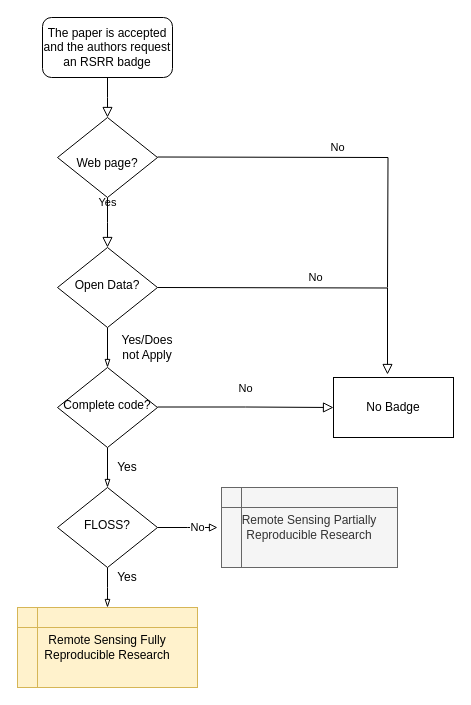
acfrery/Grading-Reproducibility-in-Remote-Sensing-Articles keeps this draw.io diagram as Figures/DrawIO/BadgeAwardingProcess.drawio. Above is the earlier version. Source tidied: cells renumbered, new cells numbered last; positions are measured from the earlier drawing's top-left corner, leaving out a move shared by most shapes. Both pictures are drawn from the tidied source at 100%, with x=0, y=0 at pixel (17, 17).
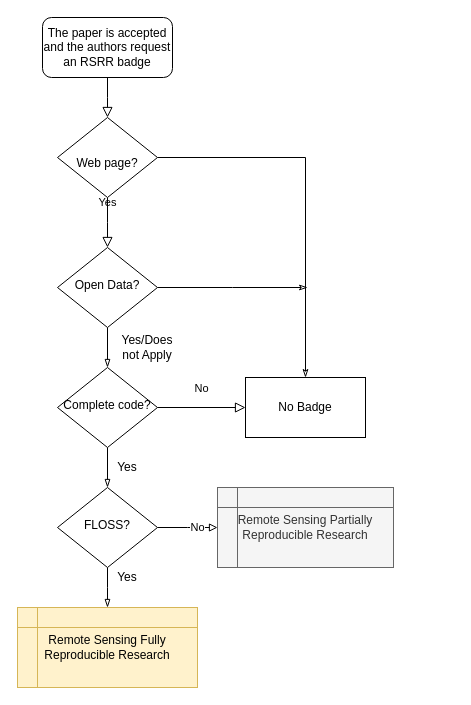
Above is the later version.

Unchanged cells that the change refers to:
```xml
<mxCell id="8" value="Open Data?" style="rhombus;whiteSpace=wrap;html=1;shadow=0;fontFamily=Helvetica;fontSize=12;align=center;strokeWidth=1;spacing=6;spacingTop=-4;" parent="1" vertex="1">
  <mxGeometry x="40" y="230" width="100" height="80" as="geometry" />
</mxCell>
```

What changed in the source:
```diff
@@
-    <mxCell id="5" value="No" style="edgeStyle=orthogonalEdgeStyle;rounded=0;html=1;jettySize=auto;orthogonalLoop=1;fontSize=11;endArrow=none;endFill=0;endSize=8;strokeWidth=1;shadow=0;labelBackgroundColor=none;" parent="1" edge="1">
-      <mxGeometry y="10" relative="1" as="geometry">
-        <mxPoint x="140" y="139.5" as="sourcePoint" />
-        <mxPoint x="370" y="270" as="targetPoint" />
-      </mxGeometry>
-    </mxCell>
-    <mxCell id="6" value="No" style="edgeStyle=orthogonalEdgeStyle;rounded=0;html=1;jettySize=auto;fontSize=11;endArrow=block;endFill=0;endSize=8;strokeWidth=1;shadow=0;labelBackgroundColor=none;entryX=0.45;entryY=-0.05;entryDx=0;entryDy=0;entryPerimeter=0;" parent="1" edge="1" target="19">
-      <mxGeometry y="10" relative="1" as="geometry">
-        <mxPoint x="140" y="270" as="sourcePoint" />
-      </mxGeometry>
-    </mxCell>
@@
+    <mxCell id="22" style="edgeStyle=orthogonalEdgeStyle;rounded=0;jettySize=auto;html=1;endArrow=classicThin;endFill=0;" parent="1" edge="1" source="8">
+      <mxGeometry relative="1" as="geometry">
+        <mxPoint x="290" y="270" as="targetPoint" />
+      </mxGeometry>
+    </mxCell>
@@
+    <mxCell id="23" style="edgeStyle=orthogonalEdgeStyle;rounded=0;jettySize=auto;html=1;endArrow=classicThin;endFill=0;entryX=0.5;entryY=0;entryDx=0;entryDy=0;" parent="1" edge="1" source="14" target="19">
+      <mxGeometry relative="1" as="geometry" />
+    </mxCell>
-    <mxCell id="14" value="&lt;br&gt;Web page?" style="rhombus;whiteSpace=wrap;html=1;shadow=0;fontFamily=Helvetica;fontSize=12;align=center;strokeWidth=1;spacing=6;spacingTop=-4;" parent="1" vertex="1">
+    <mxCell id="14" value="&lt;br&gt;Web page?" style="rhombus;whiteSpace=wrap;html=1;shadow=0;fontFamily=Helvetica;fontSize=12;align=center;strokeWidth=1;spacing=6;spacingTop=-4;gradientColor=#ffffff;" parent="1" vertex="1">
       <mxGeometry x="40" y="100" width="100" height="80" as="geometry" />
     </mxCell>
@@
     <mxCell id="19" value="No Badge&lt;br&gt;" style="rounded=0;whiteSpace=wrap;html=1;" parent="1" vertex="1">
-      <mxGeometry x="316" y="360" width="120" height="60" as="geometry" />
+      <mxGeometry x="228" y="360" width="120" height="60" as="geometry" />
     </mxCell>
     <mxCell id="20" value="Remote Sensing Partially Reproducible Research" style="shape=internalStorage;whiteSpace=wrap;html=1;backgroundOutline=1;fillColor=#f5f5f5;strokeColor=#666666;fontColor=#333333;" parent="1" vertex="1">
-      <mxGeometry x="204" y="470" width="176" height="80" as="geometry" />
+      <mxGeometry x="200" y="470" width="176" height="80" as="geometry" />
     </mxCell>
```
